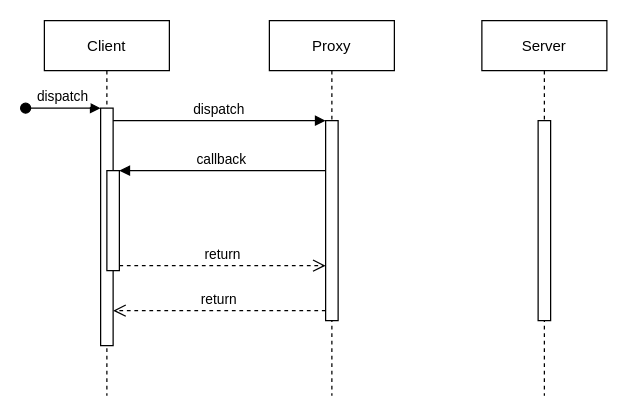
The draw.io diagram diagrams/seq1.drawio in bgunson/as, before the edit. Source tidied: cells renumbered, new cells numbered last; positions are measured from the earlier drawing's top-left corner, leaving out a move shared by most shapes. Both pictures are drawn from the tidied source at 125%, with x=0, y=0 at pixel (25, 20).
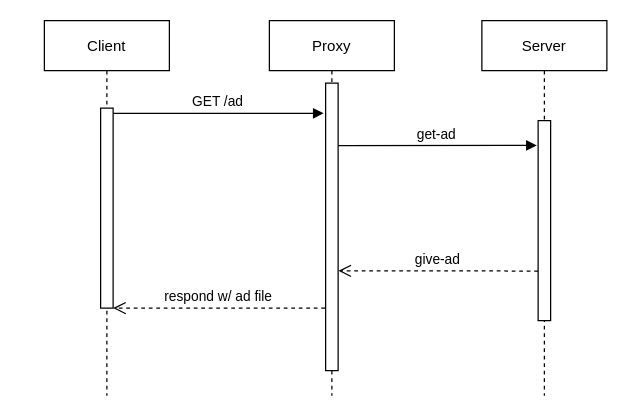
Above is the later version.

Commit message:
initial seq1 diagram

What changed in the source:
```diff
@@
 <mxGraphModel>
   <root>
     <mxCell id="0" />
     <mxCell id="1" parent="0" />
     <mxCell id="2" value="Client" style="shape=umlLifeline;perimeter=lifelinePerimeter;rounded=0;shadow=0;strokeWidth=1;" parent="1" vertex="1">
       <mxGeometry x="15" width="100" height="300" as="geometry" />
     </mxCell>
     <mxCell id="3" style="points=[];perimeter=orthogonalPerimeter;rounded=0;shadow=0;strokeWidth=1;" parent="2" vertex="1">
-      <mxGeometry x="45" y="70" width="10" height="190" as="geometry" />
+      <mxGeometry x="45" y="70" width="10" height="160" as="geometry" />
     </mxCell>
-    <mxCell id="4" value="dispatch" style="verticalAlign=bottom;startArrow=oval;endArrow=block;startSize=8;shadow=0;strokeWidth=1;" parent="2" edge="1" target="3">
-      <mxGeometry relative="1" as="geometry">
-        <mxPoint x="-15" y="70" as="sourcePoint" />
-      </mxGeometry>
-    </mxCell>
-    <mxCell id="5" style="points=[];perimeter=orthogonalPerimeter;rounded=0;shadow=0;strokeWidth=1;" parent="2" vertex="1">
-      <mxGeometry x="50" y="120" width="10" height="80" as="geometry" />
-    </mxCell>
     <mxCell id="6" value="Proxy" style="shape=umlLifeline;perimeter=lifelinePerimeter;rounded=0;shadow=0;strokeWidth=1;" parent="1" vertex="1">
       <mxGeometry x="195" width="100" height="300" as="geometry" />
     </mxCell>
     <mxCell id="7" style="points=[];perimeter=orthogonalPerimeter;rounded=0;shadow=0;strokeWidth=1;" parent="6" vertex="1">
-      <mxGeometry x="45" y="80" width="10" height="160" as="geometry" />
+      <mxGeometry x="45" y="50" width="10" height="230" as="geometry" />
     </mxCell>
+    <mxCell id="14" value="get-ad" style="verticalAlign=bottom;endArrow=block;shadow=0;strokeWidth=1;entryX=-0.103;entryY=0.124;entryDx=0;entryDy=0;entryPerimeter=0;" parent="6" edge="1" target="13">
+      <mxGeometry relative="1" as="geometry">
+        <mxPoint x="55" y="100" as="sourcePoint" />
+      </mxGeometry>
+    </mxCell>
-    <mxCell id="8" value="return" style="verticalAlign=bottom;endArrow=open;dashed=1;endSize=8;exitX=0;exitY=0.95;shadow=0;strokeWidth=1;" parent="1" edge="1" source="7" target="3">
+    <mxCell id="8" value="respond w/ ad file" style="verticalAlign=bottom;endArrow=open;dashed=1;endSize=8;shadow=0;strokeWidth=1;exitX=-0.049;exitY=0.783;exitDx=0;exitDy=0;exitPerimeter=0;" parent="1" edge="1" source="7" target="3">
       <mxGeometry relative="1" as="geometry" />
     </mxCell>
-    <mxCell id="9" value="dispatch" style="verticalAlign=bottom;endArrow=block;entryX=0;entryY=0;shadow=0;strokeWidth=1;" parent="1" edge="1" source="3" target="7">
+    <mxCell id="9" value="GET /ad" style="verticalAlign=bottom;endArrow=block;shadow=0;strokeWidth=1;entryX=-0.153;entryY=0.105;entryDx=0;entryDy=0;entryPerimeter=0;" parent="1" edge="1" source="3" target="7">
       <mxGeometry relative="1" as="geometry" />
     </mxCell>
-    <mxCell id="10" value="callback" style="verticalAlign=bottom;endArrow=block;entryX=1;entryY=0;shadow=0;strokeWidth=1;" parent="1" edge="1" source="7" target="5">
-      <mxGeometry relative="1" as="geometry" />
-    </mxCell>
-    <mxCell id="11" value="return" style="verticalAlign=bottom;endArrow=open;dashed=1;endSize=8;exitX=1;exitY=0.95;shadow=0;strokeWidth=1;" parent="1" edge="1" source="5" target="7">
-      <mxGeometry relative="1" as="geometry" />
-    </mxCell>
     <mxCell id="12" value="Server" style="shape=umlLifeline;perimeter=lifelinePerimeter;rounded=0;shadow=0;strokeWidth=1;" parent="1" vertex="1">
       <mxGeometry x="365" width="100" height="300" as="geometry" />
     </mxCell>
     <mxCell id="13" style="points=[];perimeter=orthogonalPerimeter;rounded=0;shadow=0;strokeWidth=1;" parent="12" vertex="1">
       <mxGeometry x="45" y="80" width="10" height="160" as="geometry" />
     </mxCell>
+    <mxCell id="15" value="give-ad" style="verticalAlign=bottom;endArrow=open;dashed=1;endSize=8;shadow=0;strokeWidth=1;exitX=-0.011;exitY=0.752;exitDx=0;exitDy=0;exitPerimeter=0;entryX=1.026;entryY=0.653;entryDx=0;entryDy=0;entryPerimeter=0;" parent="1" edge="1" source="13" target="7">
+      <mxGeometry relative="1" as="geometry" />
+    </mxCell>
   </root>
 </mxGraphModel>
```
